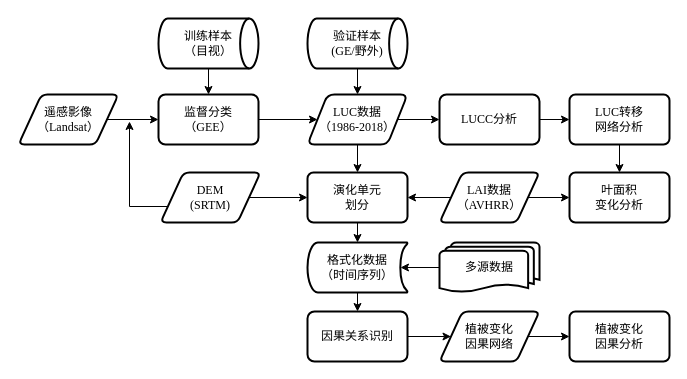
THRILLERLEMON/Draw.IO keeps this draw.io diagram as NEW_网络视角下的黄河绿化.drawio. Above is the earlier version. Source tidied: cells renumbered, new cells numbered last; positions are measured from the earlier drawing's top-left corner, leaving out a move shared by most shapes. Both pictures are drawn from the tidied source at 100%, with x=0, y=0 at pixel (18, 18).
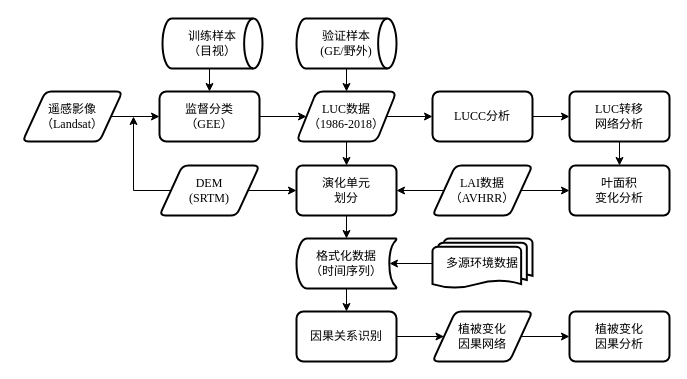
The same page after the edit.

Commit message:
Update NEW_网络视角下的黄河绿化.drawio

The edit, as a diff of the source:
```diff
@@
     <mxCell id="3" value="遥感影像&lt;br style=&quot;font-size: 12px;&quot;&gt;（Landsat）" style="shape=parallelogram;html=1;strokeWidth=2;perimeter=parallelogramPerimeter;whiteSpace=wrap;rounded=1;arcSize=12;size=0.23;fontFamily=Times New Roman;fontSize=12;" parent="1" vertex="1">
-      <mxGeometry y="76" width="100" height="50" as="geometry" />
+      <mxGeometry x="4" y="73" width="100" height="50" as="geometry" />
     </mxCell>
@@
     <mxCell id="5" value="监督分类&lt;br style=&quot;font-size: 12px;&quot;&gt;（GEE）" style="rounded=1;whiteSpace=wrap;html=1;absoluteArcSize=1;arcSize=14;strokeWidth=2;fontFamily=Times New Roman;fontSize=12;" parent="1" vertex="1">
-      <mxGeometry x="140" y="76" width="100" height="50" as="geometry" />
+      <mxGeometry x="141" y="73" width="100" height="50" as="geometry" />
     </mxCell>
@@
     <mxCell id="8" value="LUC数据&lt;br style=&quot;font-size: 12px;&quot;&gt;（1986-2018）" style="shape=parallelogram;perimeter=parallelogramPerimeter;whiteSpace=wrap;html=1;fixedSize=1;rounded=1;strokeWidth=2;arcSize=14;fontFamily=Times New Roman;fontSize=12;" parent="1" vertex="1">
-      <mxGeometry x="289" y="76" width="100" height="50" as="geometry" />
+      <mxGeometry x="278" y="73" width="100" height="50" as="geometry" />
     </mxCell>
@@
     <mxCell id="10" value="训练样本&lt;br style=&quot;font-size: 12px;&quot;&gt;（目视）" style="strokeWidth=2;html=1;shape=mxgraph.flowchart.direct_data;whiteSpace=wrap;fontFamily=Times New Roman;fontSize=12;" parent="1" vertex="1">
-      <mxGeometry x="140" width="100" height="50" as="geometry" />
+      <mxGeometry x="144" width="100" height="50" as="geometry" />
     </mxCell>
@@
     <mxCell id="12" value="验证样本&lt;br style=&quot;font-size: 12px;&quot;&gt;(GE/野外)" style="strokeWidth=2;html=1;shape=mxgraph.flowchart.direct_data;whiteSpace=wrap;fontFamily=Times New Roman;fontSize=12;" parent="1" vertex="1">
-      <mxGeometry x="289" width="100" height="50" as="geometry" />
+      <mxGeometry x="278" width="100" height="50" as="geometry" />
     </mxCell>
@@
     <mxCell id="15" value="LAI数据&lt;br style=&quot;font-size: 12px;&quot;&gt;（AVHRR）" style="shape=parallelogram;html=1;strokeWidth=2;perimeter=parallelogramPerimeter;whiteSpace=wrap;rounded=1;arcSize=12;size=0.23;fontFamily=Times New Roman;fontSize=12;" parent="1" vertex="1">
-      <mxGeometry x="421" y="154" width="100" height="50" as="geometry" />
+      <mxGeometry x="414" y="147" width="100" height="50" as="geometry" />
     </mxCell>
@@
     <mxCell id="17" value="LUCC分析" style="whiteSpace=wrap;html=1;rounded=1;strokeWidth=2;arcSize=14;fontFamily=Times New Roman;fontSize=12;" parent="1" vertex="1">
-      <mxGeometry x="421" y="76" width="100" height="50" as="geometry" />
+      <mxGeometry x="414" y="73" width="100" height="50" as="geometry" />
     </mxCell>
@@
     <mxCell id="20" value="格式化数据&lt;br style=&quot;font-size: 12px;&quot;&gt;（时间序列）" style="strokeWidth=2;html=1;shape=mxgraph.flowchart.stored_data;whiteSpace=wrap;fontFamily=Times New Roman;fontSize=12;" parent="1" vertex="1">
-      <mxGeometry x="289" y="224" width="100" height="50" as="geometry" />
+      <mxGeometry x="278" y="220" width="100" height="50" as="geometry" />
     </mxCell>
@@
     <mxCell id="23" style="edgeStyle=orthogonalEdgeStyle;rounded=0;jettySize=auto;html=1;exitX=0;exitY=0.5;exitDx=0;exitDy=0;" parent="1" edge="1" source="24">
       <mxGeometry relative="1" as="geometry">
-        <mxPoint x="111" y="103" as="targetPoint" />
+        <mxPoint x="115" y="98" as="targetPoint" />
         <Array as="points">
-          <mxPoint x="111" y="188" />
+          <mxPoint x="115" y="172" />
+          <mxPoint x="115" y="98" />
         </Array>
       </mxGeometry>
     </mxCell>
     <mxCell id="24" value="DEM&lt;br&gt;(SRTM)" style="shape=parallelogram;html=1;strokeWidth=2;perimeter=parallelogramPerimeter;whiteSpace=wrap;rounded=1;arcSize=12;size=0.23;fontFamily=Times New Roman;fontSize=12;" parent="1" vertex="1">
-      <mxGeometry x="142" y="154" width="100" height="50" as="geometry" />
+      <mxGeometry x="141" y="147" width="100" height="50" as="geometry" />
     </mxCell>
@@
     <mxCell id="26" value="演化单元&lt;br style=&quot;font-size: 12px&quot;&gt;划分" style="whiteSpace=wrap;html=1;rounded=1;strokeWidth=2;arcSize=12;fontFamily=Times New Roman;fontSize=12;" parent="1" vertex="1">
-      <mxGeometry x="289" y="154" width="100" height="50" as="geometry" />
+      <mxGeometry x="278" y="147" width="100" height="50" as="geometry" />
     </mxCell>
     <mxCell id="27" value="叶面积&lt;br&gt;变化分析" style="whiteSpace=wrap;html=1;rounded=1;strokeWidth=2;arcSize=12;fontFamily=Times New Roman;fontSize=12;" parent="1" vertex="1">
-      <mxGeometry x="551" y="154" width="100" height="50" as="geometry" />
+      <mxGeometry x="551" y="147" width="100" height="50" as="geometry" />
     </mxCell>
-    <mxCell id="28" value="多源数据" style="strokeWidth=2;html=1;shape=mxgraph.flowchart.multi-document;whiteSpace=wrap;align=center;fontFamily=Times New Roman;fontSize=12;" parent="1" vertex="1">
-      <mxGeometry x="421" y="224" width="100" height="50" as="geometry" />
+    <mxCell id="28" value="多源环境数据" style="strokeWidth=2;html=1;shape=mxgraph.flowchart.multi-document;whiteSpace=wrap;align=center;fontFamily=Times New Roman;fontSize=12;" parent="1" vertex="1">
+      <mxGeometry x="414" y="220" width="100" height="50" as="geometry" />
     </mxCell>
     <mxCell id="29" value="LUC转移&lt;br&gt;网络分析" style="whiteSpace=wrap;html=1;rounded=1;strokeWidth=2;arcSize=12;fontFamily=Times New Roman;fontSize=12;" parent="1" vertex="1">
-      <mxGeometry x="551" y="76" width="100" height="50" as="geometry" />
+      <mxGeometry x="551" y="73" width="100" height="50" as="geometry" />
     </mxCell>
@@
     <mxCell id="31" value="因果关系识别" style="whiteSpace=wrap;html=1;rounded=1;strokeWidth=2;arcSize=14;fontFamily=Times New Roman;fontSize=12;" parent="1" vertex="1">
-      <mxGeometry x="289" y="293" width="100" height="50" as="geometry" />
+      <mxGeometry x="278" y="293" width="100" height="50" as="geometry" />
     </mxCell>
@@
     <mxCell id="33" value="植被变化&lt;br&gt;因果网络" style="shape=parallelogram;html=1;strokeWidth=2;perimeter=parallelogramPerimeter;whiteSpace=wrap;rounded=1;arcSize=12;size=0.23;fontFamily=Times New Roman;fontSize=12;" parent="1" vertex="1">
-      <mxGeometry x="421" y="293" width="100" height="50" as="geometry" />
+      <mxGeometry x="414" y="293" width="100" height="50" as="geometry" />
     </mxCell>
```
